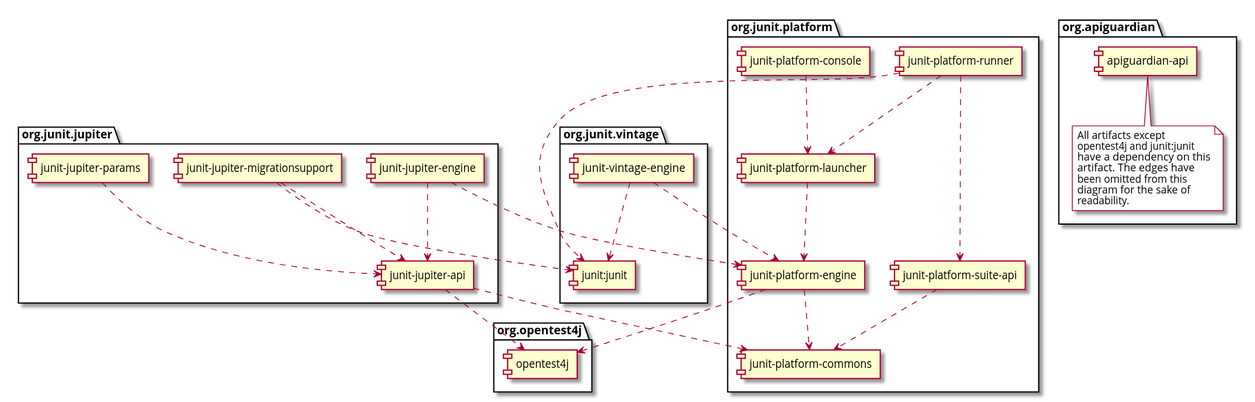
The PlantUML diagram docs/snapshot/user-guide/images/component-diagram.svg in junit-team/junit5, before a commit.
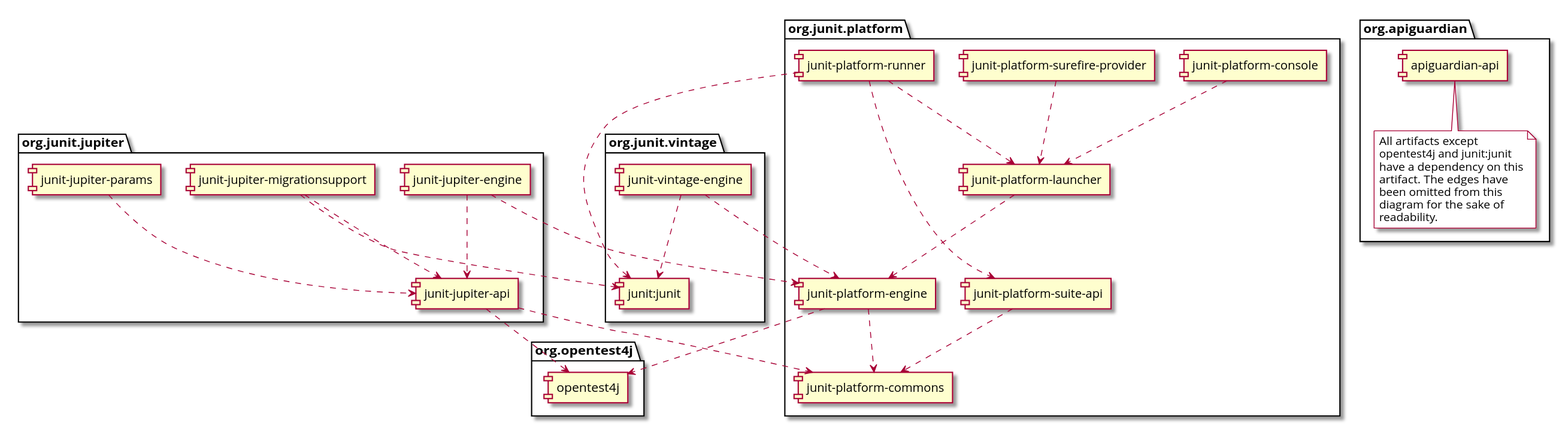
Above is the later version.

What changed in the source:
```diff
@@ -22,6 +22,7 @@
     [junit-platform-launcher] as launcher
     [junit-platform-runner] as runner
     [junit-platform-suite-api] as suite_api
+    [junit-platform-surefire-provider] as surefire
 }
 
 package org.opentest4j {
@@ -64,6 +65,8 @@
 
 suite_api ..> commons
 
+surefire ..> launcher
+
 vintage_engine ..> engine
 vintage_engine ..> junit4
 @enduml
```
